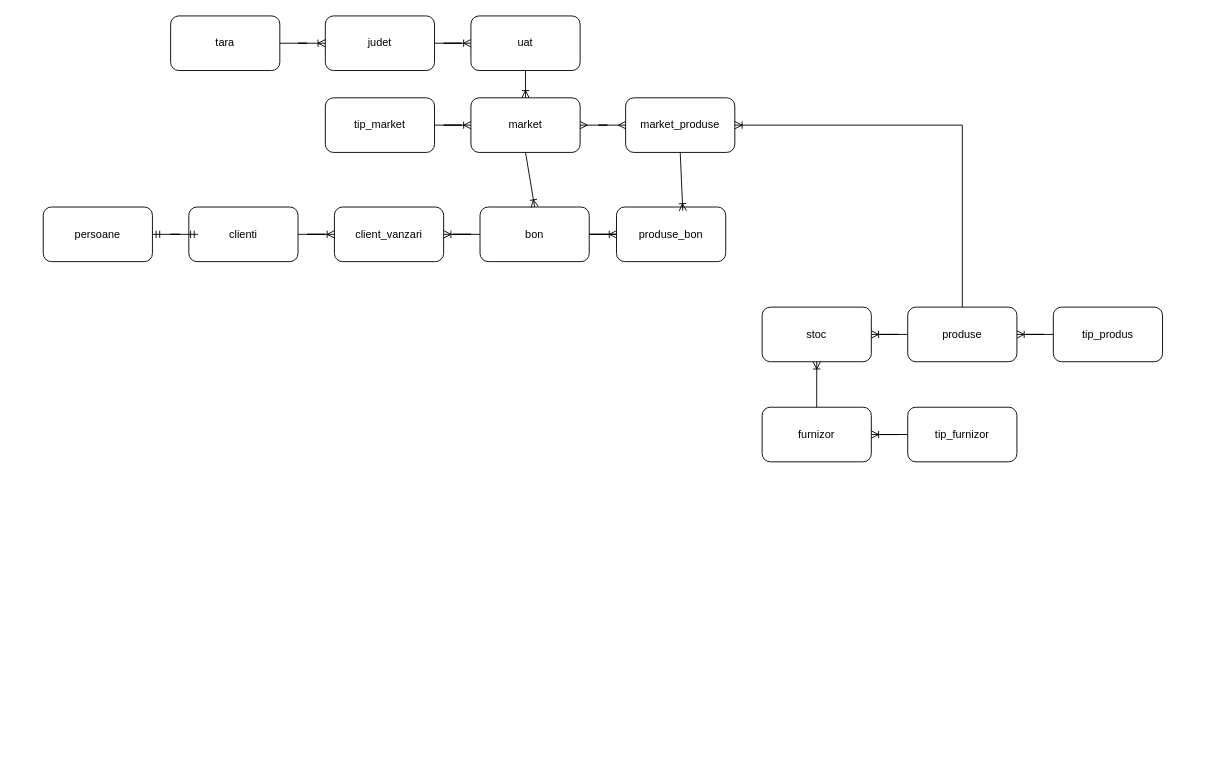
This is tutorial.drawio from FlorinM02/Examen_tutorial_sem1_MF, a draw.io file, before an edit. Source tidied: cells renumbered, new cells numbered last; positions are measured from the earlier drawing's top-left corner, leaving out a move shared by most shapes. Both pictures are drawn from the tidied source at 91%, with x=0, y=0 at pixel (43, 15).
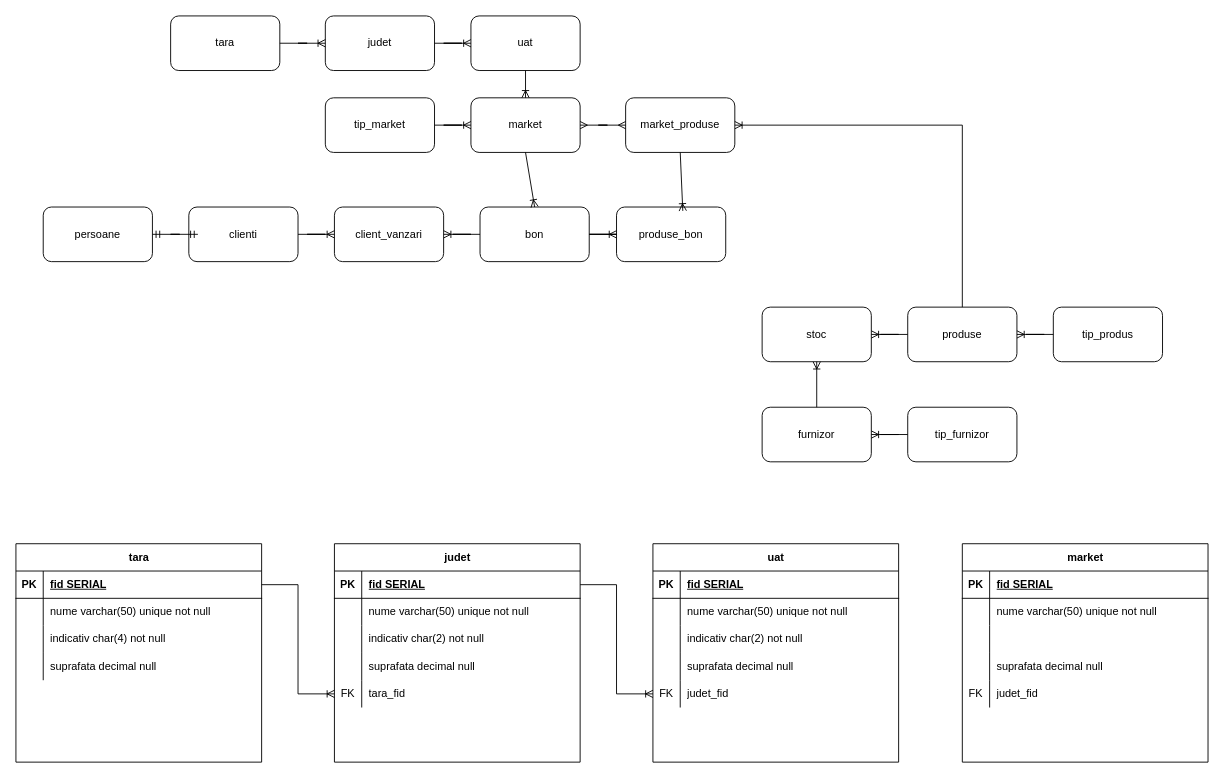
Above is the later version.

The edit, as a diff of the source:
```diff
@@
+    <mxCell id="34" value="tara" style="shape=table;startSize=30;childLayout=tableLayout;rowLines=0;fontStyle=1;align=center;html=1;" parent="1" vertex="1">
+      <mxGeometry x="-30" y="580" width="270" height="240" as="geometry" />
+    </mxCell>
+    <mxCell id="35" style="shape=tableRow;horizontal=0;startSize=0;swimlaneHead=0;swimlaneBody=0;fillColor=none;points=[[0,0.5],[1,0.5]];portConstraint=eastwest;top=0;left=0;right=0;bottom=1;" parent="34" vertex="1">
+      <mxGeometry y="30" width="270" height="30" as="geometry" />
+    </mxCell>
+    <mxCell id="36" value="PK" style="shape=partialRectangle;fillColor=none;top=0;left=0;bottom=0;right=0;fontStyle=1;overflow=hidden;whiteSpace=wrap;html=1;" parent="35" vertex="1">
+      <mxGeometry width="30" height="30" as="geometry" />
+    </mxCell>
+    <mxCell id="37" value="fid SERIAL" style="shape=partialRectangle;fillColor=none;top=0;left=0;bottom=0;right=0;align=left;spacingLeft=6;fontStyle=5;overflow=hidden;whiteSpace=wrap;html=1;" parent="35" vertex="1">
+      <mxGeometry x="30" width="240" height="30" as="geometry" />
+    </mxCell>
+    <mxCell id="38" style="shape=tableRow;horizontal=0;startSize=0;swimlaneHead=0;swimlaneBody=0;fillColor=none;top=0;left=0;right=0;bottom=0;" parent="34" vertex="1">
+      <mxGeometry y="60" width="270" height="30" as="geometry" />
+    </mxCell>
+    <mxCell id="39" style="shape=partialRectangle;fillColor=none;top=0;left=0;bottom=0;right=0;overflow=hidden;whiteSpace=wrap;html=1;" parent="38" vertex="1">
+      <mxGeometry width="30" height="30" as="geometry" />
+    </mxCell>
+    <mxCell id="40" value="nume varchar(50) unique not null" style="shape=partialRectangle;fillColor=none;top=0;left=0;bottom=0;right=0;align=left;spacingLeft=6;overflow=hidden;whiteSpace=wrap;html=1;" parent="38" vertex="1">
+      <mxGeometry x="30" width="240" height="30" as="geometry" />
+    </mxCell>
+    <mxCell id="41" style="shape=tableRow;horizontal=0;startSize=0;swimlaneHead=0;swimlaneBody=0;fillColor=none;top=0;left=0;right=0;bottom=0;" parent="34" vertex="1">
+      <mxGeometry y="90" width="270" height="30" as="geometry" />
+    </mxCell>
+    <mxCell id="42" style="shape=partialRectangle;fillColor=none;top=0;left=0;bottom=0;right=0;overflow=hidden;whiteSpace=wrap;html=1;" parent="41" vertex="1">
+      <mxGeometry width="30" height="30" as="geometry" />
+    </mxCell>
+    <mxCell id="43" value="indicativ char(4) not null" style="shape=partialRectangle;fillColor=none;top=0;left=0;bottom=0;right=0;align=left;spacingLeft=6;overflow=hidden;whiteSpace=wrap;html=1;" parent="41" vertex="1">
+      <mxGeometry x="30" width="240" height="30" as="geometry" />
+    </mxCell>
+    <mxCell id="44" style="shape=tableRow;horizontal=0;startSize=0;swimlaneHead=0;swimlaneBody=0;fillColor=none;top=0;left=0;right=0;bottom=0;" parent="34" vertex="1">
+      <mxGeometry y="120" width="270" height="30" as="geometry" />
+    </mxCell>
+    <mxCell id="45" style="shape=partialRectangle;fillColor=none;top=0;left=0;bottom=0;right=0;overflow=hidden;whiteSpace=wrap;html=1;" parent="44" vertex="1">
+      <mxGeometry width="30" height="30" as="geometry" />
+    </mxCell>
+    <mxCell id="46" value="suprafata decimal null" style="shape=partialRectangle;fillColor=none;top=0;left=0;bottom=0;right=0;align=left;spacingLeft=6;overflow=hidden;whiteSpace=wrap;html=1;" parent="44" vertex="1">
+      <mxGeometry x="30" width="240" height="30" as="geometry" />
+    </mxCell>
+    <mxCell id="47" value="judet" style="shape=table;startSize=30;childLayout=tableLayout;rowLines=0;fontStyle=1;align=center;html=1;" parent="1" vertex="1">
+      <mxGeometry x="320" y="580" width="270" height="240" as="geometry" />
+    </mxCell>
+    <mxCell id="48" style="shape=tableRow;horizontal=0;startSize=0;swimlaneHead=0;swimlaneBody=0;fillColor=none;points=[[0,0.5],[1,0.5]];portConstraint=eastwest;top=0;left=0;right=0;bottom=1;" parent="47" vertex="1">
+      <mxGeometry y="30" width="270" height="30" as="geometry" />
+    </mxCell>
+    <mxCell id="49" value="PK" style="shape=partialRectangle;fillColor=none;top=0;left=0;bottom=0;right=0;fontStyle=1;overflow=hidden;whiteSpace=wrap;html=1;" parent="48" vertex="1">
+      <mxGeometry width="30" height="30" as="geometry" />
+    </mxCell>
+    <mxCell id="50" value="fid SERIAL" style="shape=partialRectangle;fillColor=none;top=0;left=0;bottom=0;right=0;align=left;spacingLeft=6;fontStyle=5;overflow=hidden;whiteSpace=wrap;html=1;" parent="48" vertex="1">
+      <mxGeometry x="30" width="240" height="30" as="geometry" />
+    </mxCell>
+    <mxCell id="51" style="shape=tableRow;horizontal=0;startSize=0;swimlaneHead=0;swimlaneBody=0;fillColor=none;top=0;left=0;right=0;bottom=0;" parent="47" vertex="1">
+      <mxGeometry y="60" width="270" height="30" as="geometry" />
+    </mxCell>
+    <mxCell id="52" style="shape=partialRectangle;fillColor=none;top=0;left=0;bottom=0;right=0;overflow=hidden;whiteSpace=wrap;html=1;" parent="51" vertex="1">
+      <mxGeometry width="30" height="30" as="geometry" />
+    </mxCell>
+    <mxCell id="53" value="nume varchar(50) unique not null" style="shape=partialRectangle;fillColor=none;top=0;left=0;bottom=0;right=0;align=left;spacingLeft=6;overflow=hidden;whiteSpace=wrap;html=1;" parent="51" vertex="1">
+      <mxGeometry x="30" width="240" height="30" as="geometry" />
+    </mxCell>
+    <mxCell id="54" style="shape=tableRow;horizontal=0;startSize=0;swimlaneHead=0;swimlaneBody=0;fillColor=none;top=0;left=0;right=0;bottom=0;" parent="47" vertex="1">
+      <mxGeometry y="90" width="270" height="30" as="geometry" />
+    </mxCell>
+    <mxCell id="55" style="shape=partialRectangle;fillColor=none;top=0;left=0;bottom=0;right=0;overflow=hidden;whiteSpace=wrap;html=1;" parent="54" vertex="1">
+      <mxGeometry width="30" height="30" as="geometry" />
+    </mxCell>
+    <mxCell id="56" value="indicativ char(2) not null" style="shape=partialRectangle;fillColor=none;top=0;left=0;bottom=0;right=0;align=left;spacingLeft=6;overflow=hidden;whiteSpace=wrap;html=1;" parent="54" vertex="1">
+      <mxGeometry x="30" width="240" height="30" as="geometry" />
+    </mxCell>
+    <mxCell id="57" style="shape=tableRow;horizontal=0;startSize=0;swimlaneHead=0;swimlaneBody=0;fillColor=none;top=0;left=0;right=0;bottom=0;" parent="47" vertex="1">
+      <mxGeometry y="120" width="270" height="30" as="geometry" />
+    </mxCell>
+    <mxCell id="58" style="shape=partialRectangle;fillColor=none;top=0;left=0;bottom=0;right=0;overflow=hidden;whiteSpace=wrap;html=1;" parent="57" vertex="1">
+      <mxGeometry width="30" height="30" as="geometry" />
+    </mxCell>
+    <mxCell id="59" value="suprafata decimal null" style="shape=partialRectangle;fillColor=none;top=0;left=0;bottom=0;right=0;align=left;spacingLeft=6;overflow=hidden;whiteSpace=wrap;html=1;" parent="57" vertex="1">
+      <mxGeometry x="30" width="240" height="30" as="geometry" />
+    </mxCell>
+    <mxCell id="60" style="shape=tableRow;horizontal=0;startSize=0;swimlaneHead=0;swimlaneBody=0;fillColor=none;points=[[0,0.5],[1,0.5]];portConstraint=eastwest;top=0;left=0;right=0;bottom=0;" parent="47" vertex="1">
+      <mxGeometry y="150" width="270" height="30" as="geometry" />
+    </mxCell>
+    <mxCell id="61" value="FK" style="shape=partialRectangle;fillColor=none;top=0;left=0;bottom=0;right=0;overflow=hidden;whiteSpace=wrap;html=1;" parent="60" vertex="1">
+      <mxGeometry width="30" height="30" as="geometry" />
+    </mxCell>
+    <mxCell id="62" value="tara_fid" style="shape=partialRectangle;fillColor=none;top=0;left=0;bottom=0;right=0;align=left;spacingLeft=6;overflow=hidden;whiteSpace=wrap;html=1;" parent="60" vertex="1">
+      <mxGeometry x="30" width="240" height="30" as="geometry" />
+    </mxCell>
+    <mxCell id="63" style="edgeStyle=orthogonalEdgeStyle;fontSize=12;html=1;endArrow=ERoneToMany;rounded=0;exitX=1;exitY=0.5;exitDx=0;exitDy=0;entryX=0;entryY=0.5;entryDx=0;entryDy=0;" parent="1" edge="1" source="35" target="60">
+      <mxGeometry relative="1" as="geometry" />
+    </mxCell>
+    <mxCell id="64" value="uat" style="shape=table;startSize=30;childLayout=tableLayout;rowLines=0;fontStyle=1;align=center;html=1;" parent="1" vertex="1">
+      <mxGeometry x="670" y="580" width="270" height="240" as="geometry" />
+    </mxCell>
+    <mxCell id="65" style="shape=tableRow;horizontal=0;startSize=0;swimlaneHead=0;swimlaneBody=0;fillColor=none;top=0;left=0;right=0;bottom=1;" parent="64" vertex="1">
+      <mxGeometry y="30" width="270" height="30" as="geometry" />
+    </mxCell>
+    <mxCell id="66" value="PK" style="shape=partialRectangle;fillColor=none;top=0;left=0;bottom=0;right=0;fontStyle=1;overflow=hidden;whiteSpace=wrap;html=1;" parent="65" vertex="1">
+      <mxGeometry width="30" height="30" as="geometry" />
+    </mxCell>
+    <mxCell id="67" value="fid SERIAL" style="shape=partialRectangle;fillColor=none;top=0;left=0;bottom=0;right=0;align=left;spacingLeft=6;fontStyle=5;overflow=hidden;whiteSpace=wrap;html=1;" parent="65" vertex="1">
+      <mxGeometry x="30" width="240" height="30" as="geometry" />
+    </mxCell>
+    <mxCell id="68" style="shape=tableRow;horizontal=0;startSize=0;swimlaneHead=0;swimlaneBody=0;fillColor=none;top=0;left=0;right=0;bottom=0;" parent="64" vertex="1">
+      <mxGeometry y="60" width="270" height="30" as="geometry" />
+    </mxCell>
+    <mxCell id="69" style="shape=partialRectangle;fillColor=none;top=0;left=0;bottom=0;right=0;overflow=hidden;whiteSpace=wrap;html=1;" parent="68" vertex="1">
+      <mxGeometry width="30" height="30" as="geometry" />
+    </mxCell>
+    <mxCell id="70" value="nume varchar(50) unique not null" style="shape=partialRectangle;fillColor=none;top=0;left=0;bottom=0;right=0;align=left;spacingLeft=6;overflow=hidden;whiteSpace=wrap;html=1;" parent="68" vertex="1">
+      <mxGeometry x="30" width="240" height="30" as="geometry" />
+    </mxCell>
+    <mxCell id="71" style="shape=tableRow;horizontal=0;startSize=0;swimlaneHead=0;swimlaneBody=0;fillColor=none;top=0;left=0;right=0;bottom=0;" parent="64" vertex="1">
+      <mxGeometry y="90" width="270" height="30" as="geometry" />
+    </mxCell>
+    <mxCell id="72" style="shape=partialRectangle;fillColor=none;top=0;left=0;bottom=0;right=0;overflow=hidden;whiteSpace=wrap;html=1;" parent="71" vertex="1">
+      <mxGeometry width="30" height="30" as="geometry" />
+    </mxCell>
+    <mxCell id="73" value="indicativ char(2) not null" style="shape=partialRectangle;fillColor=none;top=0;left=0;bottom=0;right=0;align=left;spacingLeft=6;overflow=hidden;whiteSpace=wrap;html=1;" parent="71" vertex="1">
+      <mxGeometry x="30" width="240" height="30" as="geometry" />
+    </mxCell>
+    <mxCell id="74" style="shape=tableRow;horizontal=0;startSize=0;swimlaneHead=0;swimlaneBody=0;fillColor=none;top=0;left=0;right=0;bottom=0;" parent="64" vertex="1">
+      <mxGeometry y="120" width="270" height="30" as="geometry" />
+    </mxCell>
+    <mxCell id="75" style="shape=partialRectangle;fillColor=none;top=0;left=0;bottom=0;right=0;overflow=hidden;whiteSpace=wrap;html=1;" parent="74" vertex="1">
+      <mxGeometry width="30" height="30" as="geometry" />
+    </mxCell>
+    <mxCell id="76" value="suprafata decimal null" style="shape=partialRectangle;fillColor=none;top=0;left=0;bottom=0;right=0;align=left;spacingLeft=6;overflow=hidden;whiteSpace=wrap;html=1;" parent="74" vertex="1">
+      <mxGeometry x="30" width="240" height="30" as="geometry" />
+    </mxCell>
+    <mxCell id="77" style="shape=tableRow;horizontal=0;startSize=0;swimlaneHead=0;swimlaneBody=0;fillColor=none;points=[[0,0.5],[1,0.5]];portConstraint=eastwest;top=0;left=0;right=0;bottom=0;" parent="64" vertex="1">
+      <mxGeometry y="150" width="270" height="30" as="geometry" />
+    </mxCell>
+    <mxCell id="78" value="FK" style="shape=partialRectangle;fillColor=none;top=0;left=0;bottom=0;right=0;overflow=hidden;whiteSpace=wrap;html=1;" parent="77" vertex="1">
+      <mxGeometry width="30" height="30" as="geometry" />
+    </mxCell>
+    <mxCell id="79" value="judet_fid" style="shape=partialRectangle;fillColor=none;top=0;left=0;bottom=0;right=0;align=left;spacingLeft=6;overflow=hidden;whiteSpace=wrap;html=1;" parent="77" vertex="1">
+      <mxGeometry x="30" width="240" height="30" as="geometry" />
+    </mxCell>
+    <mxCell id="80" style="edgeStyle=orthogonalEdgeStyle;fontSize=12;html=1;endArrow=ERoneToMany;rounded=0;exitX=1;exitY=0.5;exitDx=0;exitDy=0;entryX=0;entryY=0.5;entryDx=0;entryDy=0;" parent="1" edge="1" source="48" target="77">
+      <mxGeometry relative="1" as="geometry" />
+    </mxCell>
+    <mxCell id="81" value="market" style="shape=table;startSize=30;childLayout=tableLayout;rowLines=0;fontStyle=1;align=center;html=1;" parent="1" vertex="1">
+      <mxGeometry x="1010" y="580" width="270" height="240" as="geometry" />
+    </mxCell>
+    <mxCell id="82" style="shape=tableRow;horizontal=0;startSize=0;swimlaneHead=0;swimlaneBody=0;fillColor=none;top=0;left=0;right=0;bottom=1;" parent="81" vertex="1">
+      <mxGeometry y="30" width="270" height="30" as="geometry" />
+    </mxCell>
+    <mxCell id="83" value="PK" style="shape=partialRectangle;fillColor=none;top=0;left=0;bottom=0;right=0;fontStyle=1;overflow=hidden;whiteSpace=wrap;html=1;" parent="82" vertex="1">
+      <mxGeometry width="30" height="30" as="geometry" />
+    </mxCell>
+    <mxCell id="84" value="fid SERIAL" style="shape=partialRectangle;fillColor=none;top=0;left=0;bottom=0;right=0;align=left;spacingLeft=6;fontStyle=5;overflow=hidden;whiteSpace=wrap;html=1;" parent="82" vertex="1">
+      <mxGeometry x="30" width="240" height="30" as="geometry" />
+    </mxCell>
+    <mxCell id="85" style="shape=tableRow;horizontal=0;startSize=0;swimlaneHead=0;swimlaneBody=0;fillColor=none;top=0;left=0;right=0;bottom=0;" parent="81" vertex="1">
+      <mxGeometry y="60" width="270" height="30" as="geometry" />
+    </mxCell>
+    <mxCell id="86" style="shape=partialRectangle;fillColor=none;top=0;left=0;bottom=0;right=0;overflow=hidden;whiteSpace=wrap;html=1;" parent="85" vertex="1">
+      <mxGeometry width="30" height="30" as="geometry" />
+    </mxCell>
+    <mxCell id="87" value="nume varchar(50) unique not null" style="shape=partialRectangle;fillColor=none;top=0;left=0;bottom=0;right=0;align=left;spacingLeft=6;overflow=hidden;whiteSpace=wrap;html=1;" parent="85" vertex="1">
+      <mxGeometry x="30" width="240" height="30" as="geometry" />
+    </mxCell>
+    <mxCell id="88" style="shape=tableRow;horizontal=0;startSize=0;swimlaneHead=0;swimlaneBody=0;fillColor=none;top=0;left=0;right=0;bottom=0;" parent="81" vertex="1">
+      <mxGeometry y="90" width="270" height="30" as="geometry" />
+    </mxCell>
+    <mxCell id="89" style="shape=partialRectangle;fillColor=none;top=0;left=0;bottom=0;right=0;overflow=hidden;whiteSpace=wrap;html=1;" parent="88" vertex="1">
+      <mxGeometry width="30" height="30" as="geometry" />
+    </mxCell>
+    <mxCell id="90" style="shape=partialRectangle;fillColor=none;top=0;left=0;bottom=0;right=0;align=left;spacingLeft=6;overflow=hidden;whiteSpace=wrap;html=1;" parent="88" vertex="1">
+      <mxGeometry x="30" width="240" height="30" as="geometry" />
+    </mxCell>
+    <mxCell id="91" style="shape=tableRow;horizontal=0;startSize=0;swimlaneHead=0;swimlaneBody=0;fillColor=none;top=0;left=0;right=0;bottom=0;" parent="81" vertex="1">
+      <mxGeometry y="120" width="270" height="30" as="geometry" />
+    </mxCell>
+    <mxCell id="92" style="shape=partialRectangle;fillColor=none;top=0;left=0;bottom=0;right=0;overflow=hidden;whiteSpace=wrap;html=1;" parent="91" vertex="1">
+      <mxGeometry width="30" height="30" as="geometry" />
+    </mxCell>
+    <mxCell id="93" value="suprafata decimal null" style="shape=partialRectangle;fillColor=none;top=0;left=0;bottom=0;right=0;align=left;spacingLeft=6;overflow=hidden;whiteSpace=wrap;html=1;" parent="91" vertex="1">
+      <mxGeometry x="30" width="240" height="30" as="geometry" />
+    </mxCell>
+    <mxCell id="94" style="shape=tableRow;horizontal=0;startSize=0;swimlaneHead=0;swimlaneBody=0;fillColor=none;top=0;left=0;right=0;bottom=0;" parent="81" vertex="1">
+      <mxGeometry y="150" width="270" height="30" as="geometry" />
+    </mxCell>
+    <mxCell id="95" value="FK" style="shape=partialRectangle;fillColor=none;top=0;left=0;bottom=0;right=0;overflow=hidden;whiteSpace=wrap;html=1;" parent="94" vertex="1">
+      <mxGeometry width="30" height="30" as="geometry" />
+    </mxCell>
+    <mxCell id="96" value="judet_fid" style="shape=partialRectangle;fillColor=none;top=0;left=0;bottom=0;right=0;align=left;spacingLeft=6;overflow=hidden;whiteSpace=wrap;html=1;" parent="94" vertex="1">
+      <mxGeometry x="30" width="240" height="30" as="geometry" />
+    </mxCell>
```
